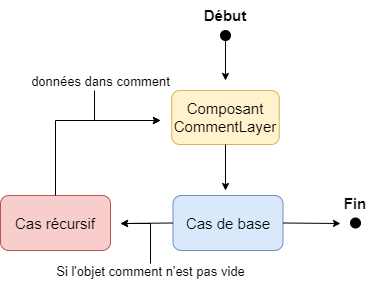
This is source/figures/Diagramme_recursive.png from G4bi567/sphinx-tm-template, a draw.io export, as it was before one commit. Source tidied: cells renumbered, new cells last; positions are measured from the earlier drawing's top-left corner, leaving out a move shared by most shapes.
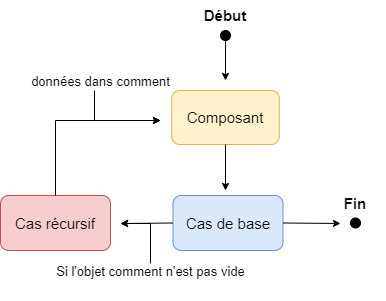
The same file after the commit.

What changed in the source:
```diff
@@ -13,7 +13,7 @@
         <mxPoint x="225" y="80" as="targetPoint" />
       </mxGeometry>
     </mxCell>
-    <mxCell id="5" value="Composant&lt;br&gt;CommentLayer" style="rounded=1;whiteSpace=wrap;html=1;strokeColor=#d6b656;fontSize=15;fillColor=#fff2cc;" parent="1" vertex="1">
+    <mxCell id="5" value="Composant" style="rounded=1;whiteSpace=wrap;html=1;strokeColor=#d6b656;fontSize=15;fillColor=#fff2cc;" parent="1" vertex="1">
       <mxGeometry x="171.2" y="90" width="107.5" height="54" as="geometry" />
     </mxCell>
     <mxCell id="6" value="Cas de base" style="rounded=1;whiteSpace=wrap;html=1;strokeColor=#6c8ebf;fontSize=15;fillColor=#dae8fc;" parent="1" vertex="1">
```
